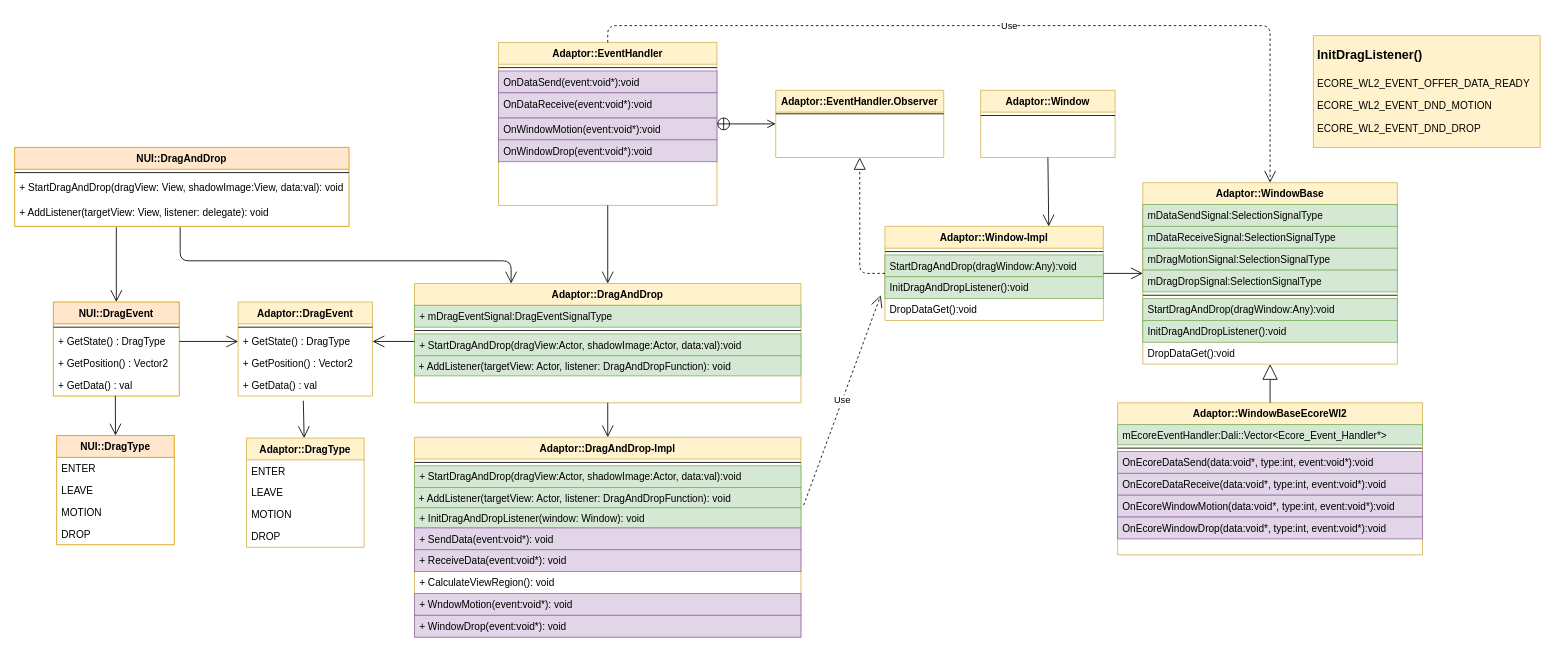
The draw.io diagram page "Page-4" (4 of 10) of Untitled Diagram.drawio in taehyub/drawio, before the edit. Source tidied: cells renumbered, new cells numbered last; positions are measured from the earlier drawing's top-left corner, leaving out a move shared by most shapes. Both pictures are drawn from the tidied source at 84%, with x=0, y=0 at pixel (14, 25).
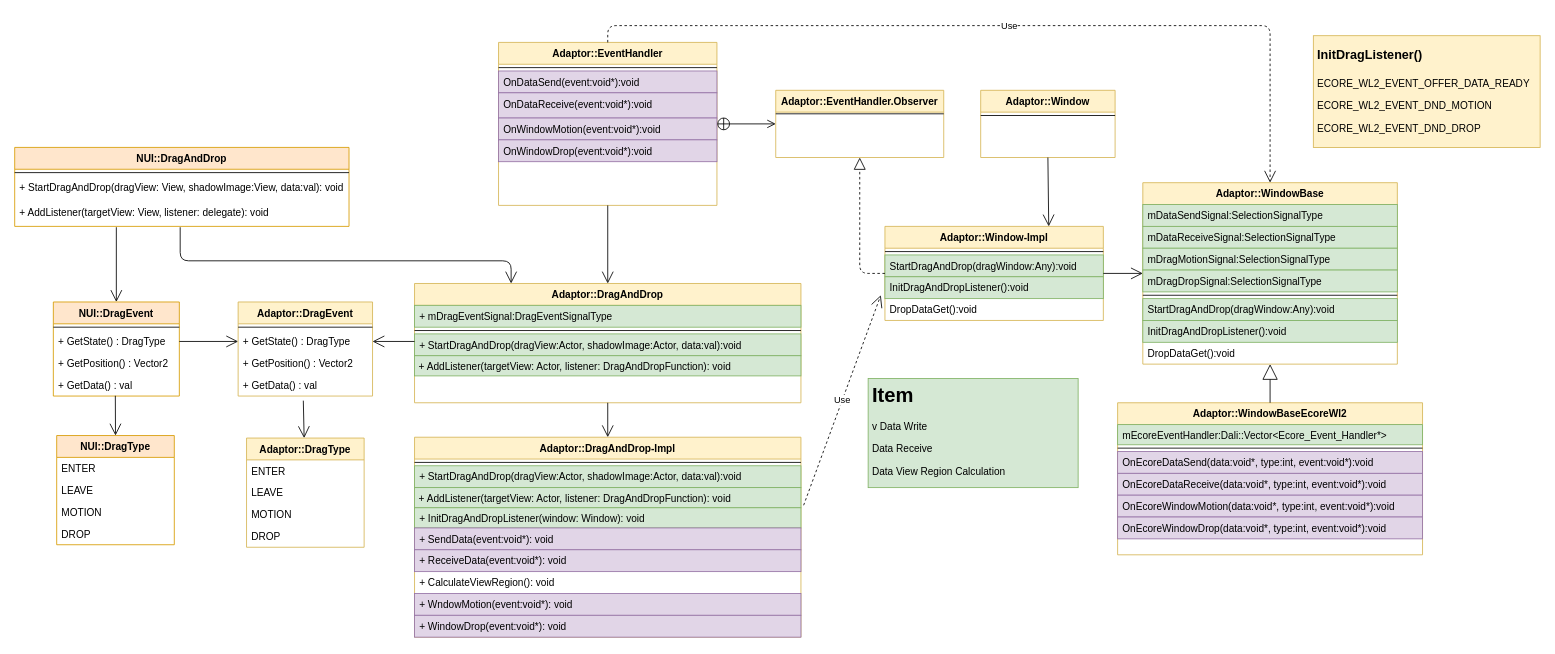
Above is the later version.

The edit, as a diff of the source:
```diff
@@
+    <mxCell id="88" value="&lt;h1&gt;Item&lt;br&gt;&lt;/h1&gt;&lt;p&gt;v Data Write&lt;/p&gt;&lt;p&gt;Data Receive&lt;/p&gt;&lt;p&gt;Data View Region Calculation&lt;br&gt;&lt;/p&gt;" style="text;html=1;strokeColor=#82b366;fillColor=#d5e8d4;spacing=5;spacingTop=-20;whiteSpace=wrap;overflow=hidden;rounded=0;" parent="1" vertex="1">
+      <mxGeometry x="1016" y="420" width="250" height="130" as="geometry" />
+    </mxCell>
```
